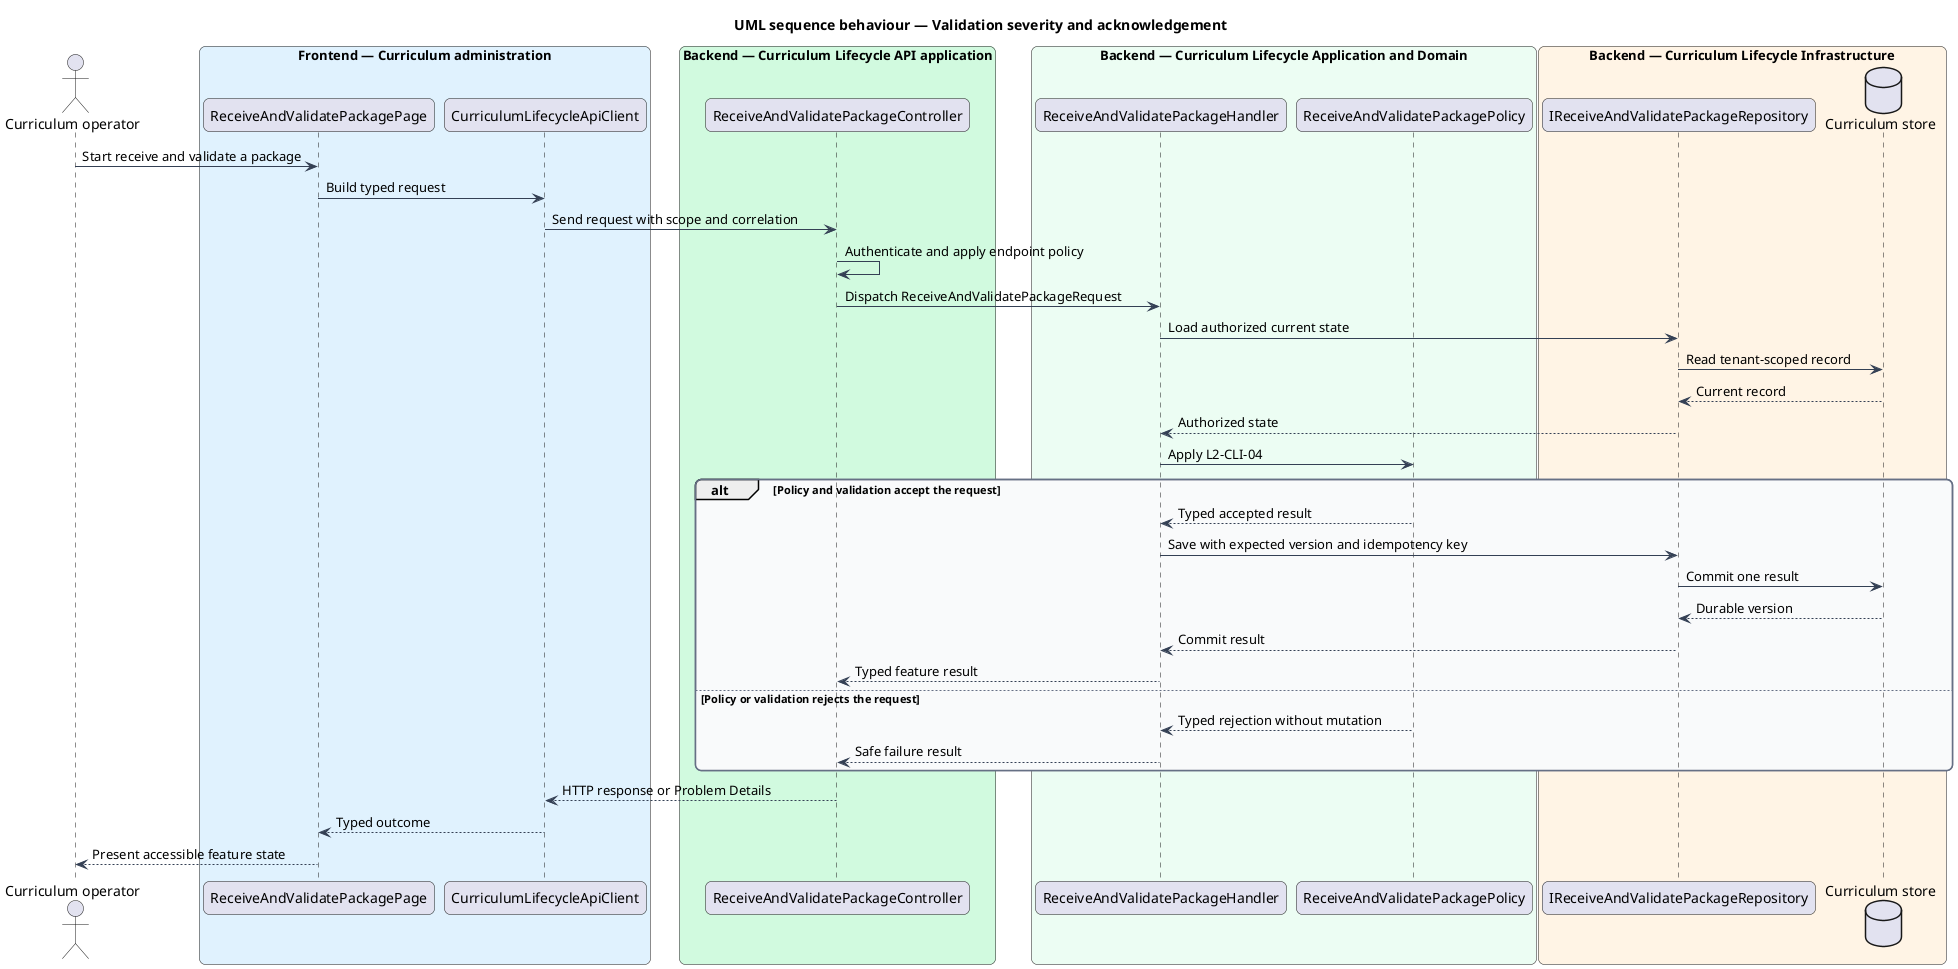
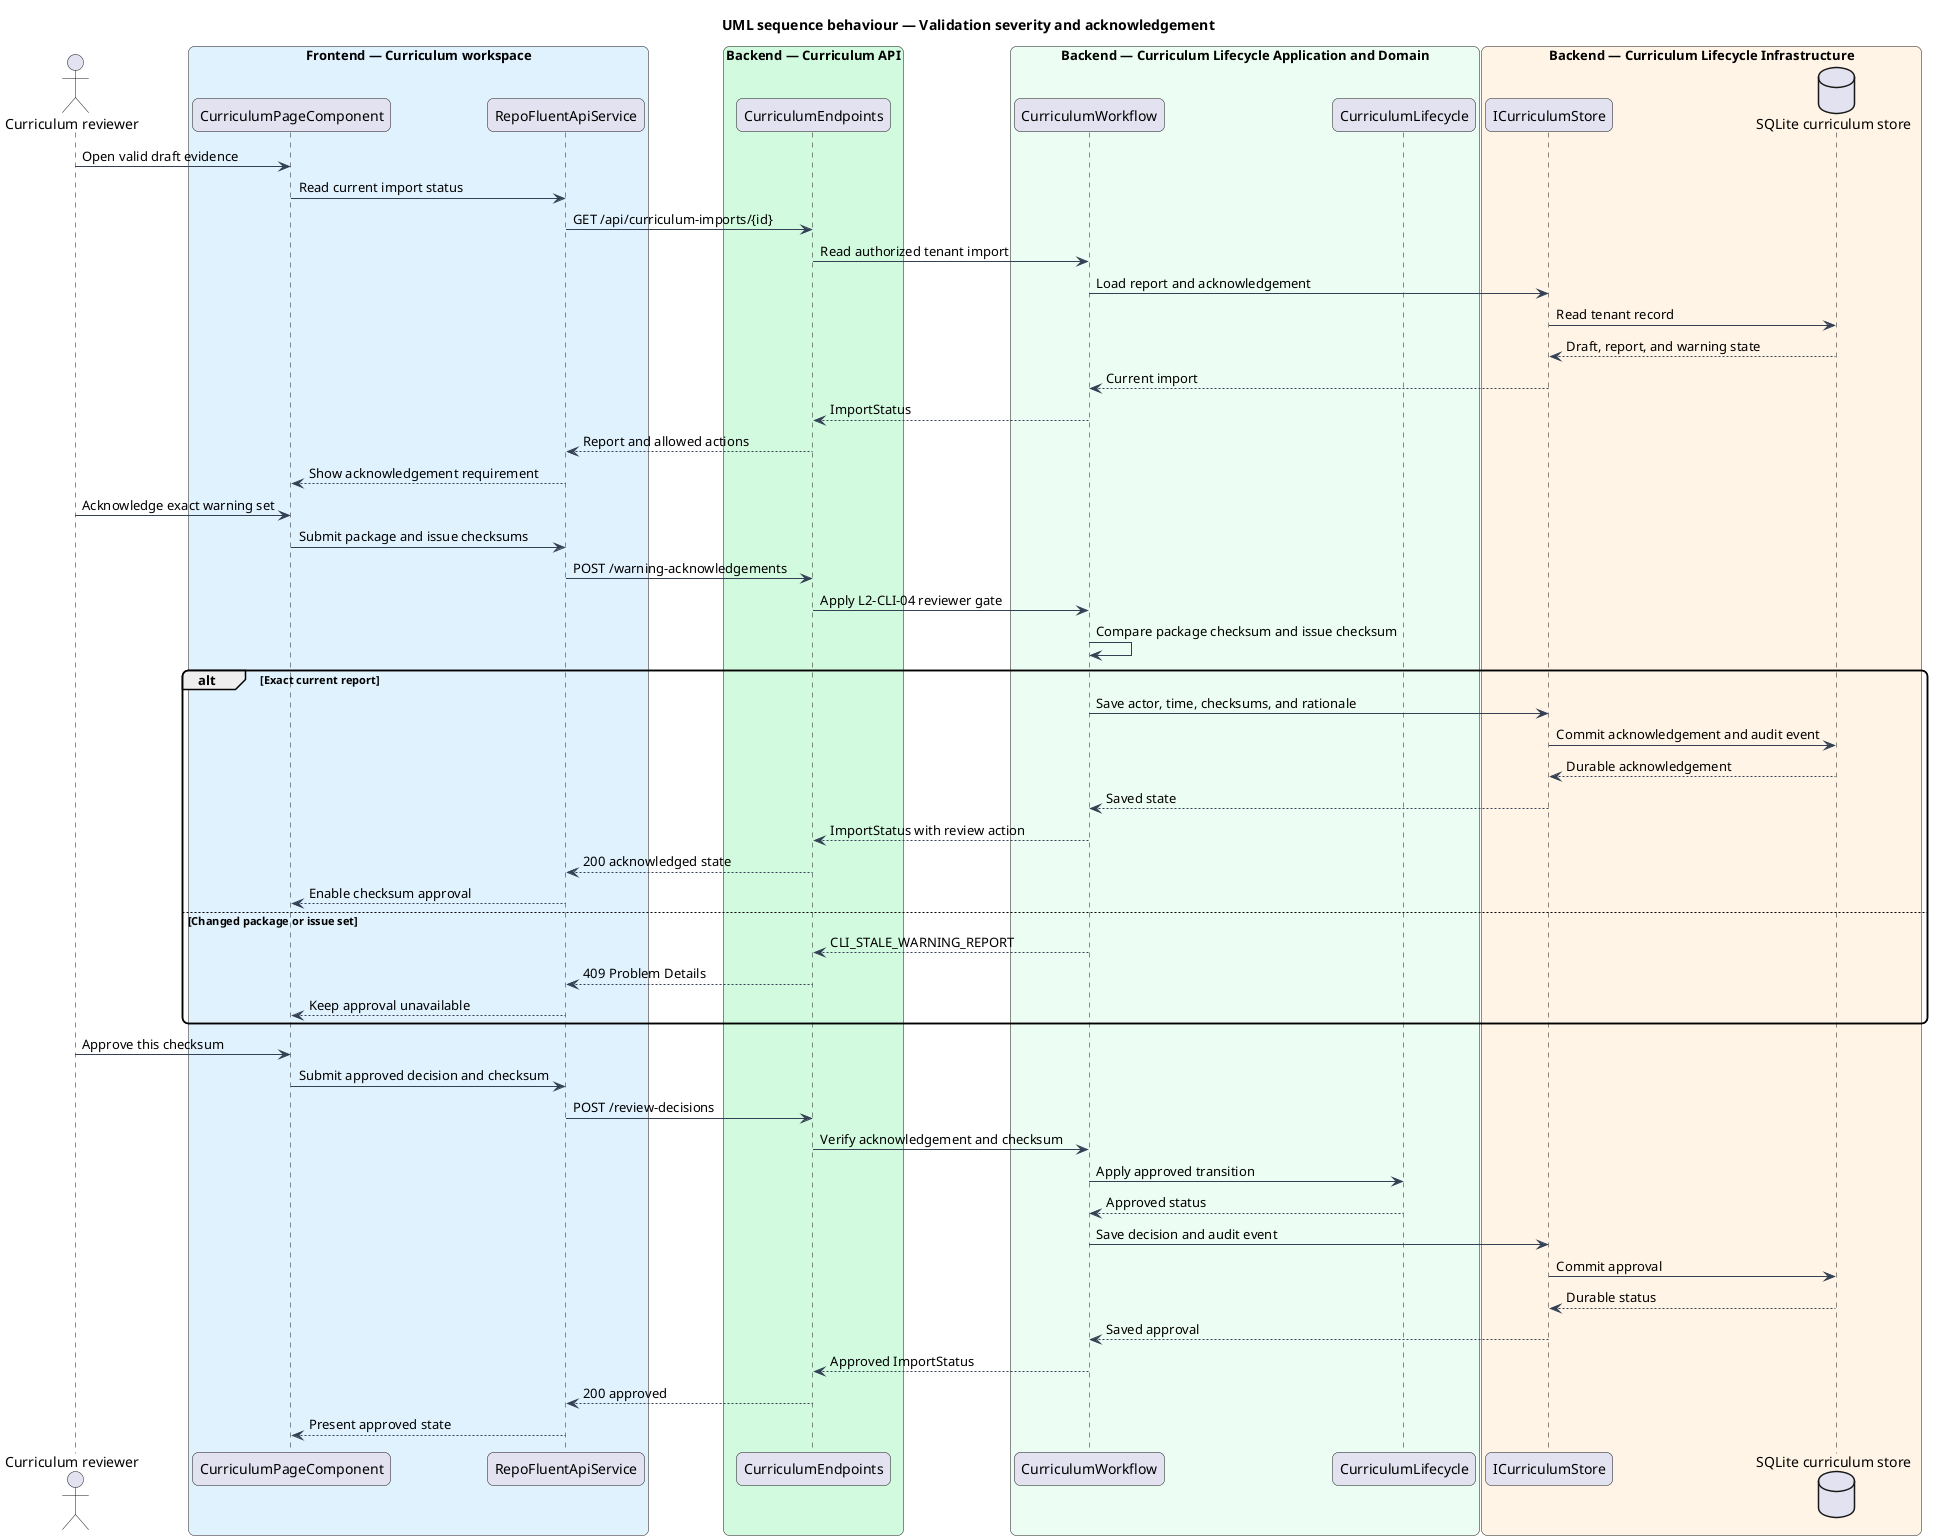
@startuml
title UML sequence behaviour — Validation severity and acknowledgement
skinparam backgroundColor #FFFFFF
skinparam shadowing false
skinparam roundcorner 12
skinparam defaultFontName Arial
skinparam ArrowColor #344054
- skinparam rectangle {
-   BorderColor #344054
-   FontColor #101828
- }
- skinparam package {
-   BorderColor #667085
-   FontColor #101828
-   BackgroundColor #F9FAFB
- }
- actor "Curriculum operator" as actor
- box "Frontend — Curriculum administration" #E0F2FE
-   participant "ReceiveAndValidatePackagePage" as entry
-   participant "CurriculumLifecycleApiClient" as client
+ actor "Curriculum reviewer" as reviewer
+ box "Frontend — Curriculum workspace" #E0F2FE
+   participant "CurriculumPageComponent" as page
+   participant "RepoFluentApiService" as client
end box
- box "Backend — Curriculum Lifecycle API application" #D1FADF
-   participant "ReceiveAndValidatePackageController" as controller
+ box "Backend — Curriculum API" #D1FADF
+   participant "CurriculumEndpoints" as endpoints
end box
box "Backend — Curriculum Lifecycle Application and Domain" #ECFDF3
-   participant "ReceiveAndValidatePackageHandler" as handler
-   participant "ReceiveAndValidatePackagePolicy" as policy
+   participant "CurriculumWorkflow" as workflow
+   participant "CurriculumLifecycle" as lifecycle
end box
box "Backend — Curriculum Lifecycle Infrastructure" #FFF4E5
-   participant "IReceiveAndValidatePackageRepository" as repository
-   database "Curriculum store" as store
+   participant "ICurriculumStore" as port
+   database "SQLite curriculum store" as store
end box
- actor -> entry : Start receive and validate a package
- entry -> client : Build typed request
- client -> controller : Send request with scope and correlation
- controller -> controller : Authenticate and apply endpoint policy
- controller -> handler : Dispatch ReceiveAndValidatePackageRequest
- handler -> repository : Load authorized current state
- repository -> store : Read tenant-scoped record
- store --> repository : Current record
- repository --> handler : Authorized state
- handler -> policy : Apply L2-CLI-04
- alt Policy and validation accept the request
-   policy --> handler : Typed accepted result
-   handler -> repository : Save with expected version and idempotency key
-   repository -> store : Commit one result
-   store --> repository : Durable version
-   repository --> handler : Commit result
-   handler --> controller : Typed feature result
- else Policy or validation rejects the request
-   policy --> handler : Typed rejection without mutation
-   handler --> controller : Safe failure result
+ 
+ reviewer -> page : Open valid draft evidence
+ page -> client : Read current import status
+ client -> endpoints : GET /api/curriculum-imports/{id}
+ endpoints -> workflow : Read authorized tenant import
+ workflow -> port : Load report and acknowledgement
+ port -> store : Read tenant record
+ store --> port : Draft, report, and warning state
+ port --> workflow : Current import
+ workflow --> endpoints : ImportStatus
+ endpoints --> client : Report and allowed actions
+ client --> page : Show acknowledgement requirement
+ 
+ reviewer -> page : Acknowledge exact warning set
+ page -> client : Submit package and issue checksums
+ client -> endpoints : POST /warning-acknowledgements
+ endpoints -> workflow : Apply L2-CLI-04 reviewer gate
+ workflow -> workflow : Compare package checksum and issue checksum
+ alt Exact current report
+   workflow -> port : Save actor, time, checksums, and rationale
+   port -> store : Commit acknowledgement and audit event
+   store --> port : Durable acknowledgement
+   port --> workflow : Saved state
+   workflow --> endpoints : ImportStatus with review action
+   endpoints --> client : 200 acknowledged state
+   client --> page : Enable checksum approval
+ else Changed package or issue set
+   workflow --> endpoints : CLI_STALE_WARNING_REPORT
+   endpoints --> client : 409 Problem Details
+   client --> page : Keep approval unavailable
end
- controller --> client : HTTP response or Problem Details
- client --> entry : Typed outcome
- entry --> actor : Present accessible feature state
+ 
+ reviewer -> page : Approve this checksum
+ page -> client : Submit approved decision and checksum
+ client -> endpoints : POST /review-decisions
+ endpoints -> workflow : Verify acknowledgement and checksum
+ workflow -> lifecycle : Apply approved transition
+ lifecycle --> workflow : Approved status
+ workflow -> port : Save decision and audit event
+ port -> store : Commit approval
+ store --> port : Durable status
+ port --> workflow : Saved approval
+ workflow --> endpoints : Approved ImportStatus
+ endpoints --> client : 200 approved
+ client --> page : Present approved state
@enduml
